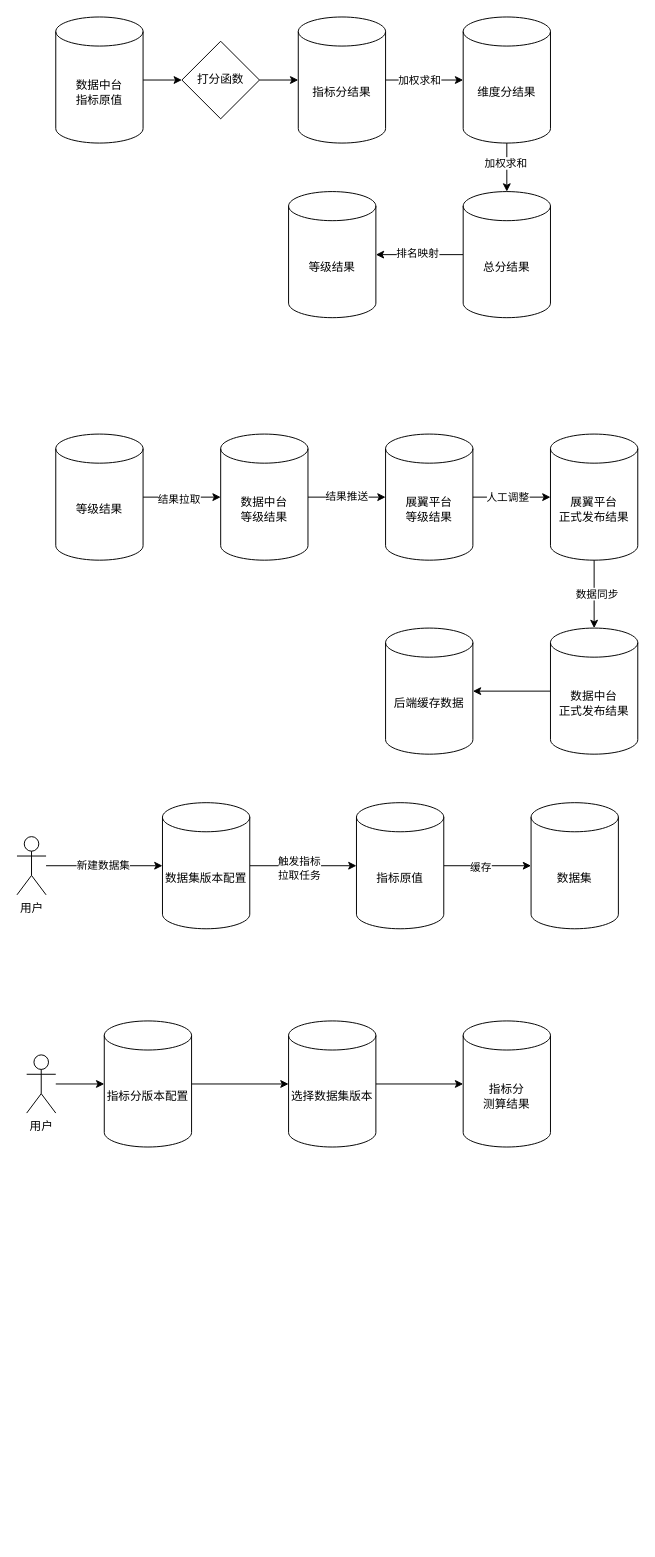
Before: 友邦/友邦agent grade数据流程图.drawio in XiaoLiuAI/diagrams, a draw.io diagram. Source tidied: cells renumbered, new cells numbered last; positions are measured from the earlier drawing's top-left corner, leaving out a move shared by most shapes. Both pictures are drawn from the tidied source at 97%, with x=0, y=0 at pixel (16, 16).
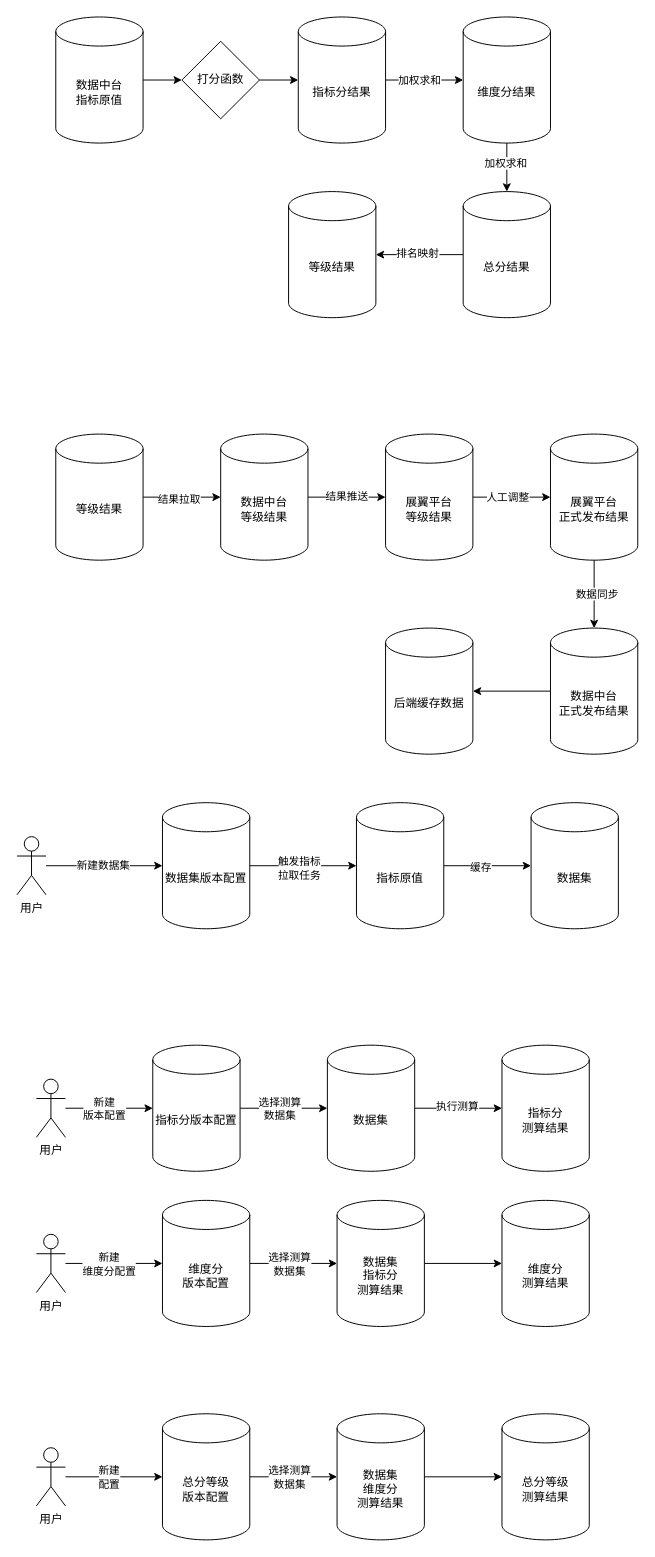
The same page after the edit.

Commit message (it also covers changes not shown here):
Update 友邦agent grade数据流程图.drawio

The change refers to these unchanged cells:
```xml
<mxCell id="41" style="edgeStyle=orthogonalEdgeStyle;rounded=0;jettySize=auto;html=1;" parent="1" edge="1" source="42" target="44">
  <mxGeometry relative="1" as="geometry" />
</mxCell>
<mxCell id="43" style="edgeStyle=orthogonalEdgeStyle;rounded=0;jettySize=auto;html=1;" parent="1" edge="1" source="44" target="46">
  <mxGeometry relative="1" as="geometry" />
</mxCell>
<mxCell id="45" style="edgeStyle=orthogonalEdgeStyle;rounded=0;jettySize=auto;html=1;" parent="1" edge="1" source="46" target="47">
  <mxGeometry relative="1" as="geometry" />
</mxCell>
```

Change to the diagram source:
```diff
@@
+    <mxCell id="48" value="新建&lt;div&gt;版本配置&lt;/div&gt;" style="edgeLabel;html=1;align=center;verticalAlign=middle;" parent="41" vertex="1">
+      <mxGeometry x="-0.13" relative="1" as="geometry" />
+    </mxCell>
     <mxCell id="42" value="用户" style="shape=umlActor;verticalLabelPosition=bottom;verticalAlign=top;html=1;outlineConnect=0;" parent="1" vertex="1">
-      <mxGeometry x="10" y="1070" width="30" height="60" as="geometry" />
+      <mxGeometry x="20" y="1095" width="30" height="60" as="geometry" />
     </mxCell>
@@
+    <mxCell id="49" value="选择测算&lt;div&gt;数据集&lt;/div&gt;" style="edgeLabel;html=1;align=center;verticalAlign=middle;" parent="43" vertex="1">
+      <mxGeometry x="-0.31" relative="1" as="geometry">
+        <mxPoint x="9" as="offset" />
+      </mxGeometry>
+    </mxCell>
     <mxCell id="44" value="指标分版本配置" style="shape=cylinder3;whiteSpace=wrap;html=1;boundedLbl=1;backgroundOutline=1;size=15;" parent="1" vertex="1">
-      <mxGeometry x="90" y="1035" width="90" height="130" as="geometry" />
+      <mxGeometry x="140" y="1060" width="90" height="130" as="geometry" />
     </mxCell>
@@
+    <mxCell id="50" value="执行测算" style="edgeLabel;html=1;align=center;verticalAlign=middle;" parent="45" vertex="1">
+      <mxGeometry x="-0.04" y="3" relative="1" as="geometry" />
+    </mxCell>
-    <mxCell id="46" value="选择数据集版本" style="shape=cylinder3;whiteSpace=wrap;html=1;boundedLbl=1;backgroundOutline=1;size=15;" parent="1" vertex="1">
-      <mxGeometry x="280" y="1035" width="90" height="130" as="geometry" />
+    <mxCell id="46" value="数据集" style="shape=cylinder3;whiteSpace=wrap;html=1;boundedLbl=1;backgroundOutline=1;size=15;" parent="1" vertex="1">
+      <mxGeometry x="320" y="1060" width="90" height="130" as="geometry" />
     </mxCell>
     <mxCell id="47" value="指标分&lt;div&gt;测算结果&lt;/div&gt;" style="shape=cylinder3;whiteSpace=wrap;html=1;boundedLbl=1;backgroundOutline=1;size=15;" parent="1" vertex="1">
-      <mxGeometry x="460" y="1035" width="90" height="130" as="geometry" />
+      <mxGeometry x="500" y="1060" width="90" height="130" as="geometry" />
     </mxCell>
+    <mxCell id="51" style="edgeStyle=orthogonalEdgeStyle;rounded=0;jettySize=auto;html=1;" parent="1" edge="1" source="53" target="56">
+      <mxGeometry relative="1" as="geometry" />
+    </mxCell>
+    <mxCell id="52" value="新建&lt;div&gt;维度分配置&lt;/div&gt;" style="edgeLabel;html=1;align=center;verticalAlign=middle;" parent="51" vertex="1">
+      <mxGeometry x="-0.13" relative="1" as="geometry" />
+    </mxCell>
+    <mxCell id="53" value="用户" style="shape=umlActor;verticalLabelPosition=bottom;verticalAlign=top;html=1;outlineConnect=0;" parent="1" vertex="1">
+      <mxGeometry x="20" y="1255" width="30" height="60" as="geometry" />
+    </mxCell>
+    <mxCell id="54" style="edgeStyle=orthogonalEdgeStyle;rounded=0;jettySize=auto;html=1;" parent="1" edge="1" source="56" target="58">
+      <mxGeometry relative="1" as="geometry" />
+    </mxCell>
+    <mxCell id="55" value="选择测算&lt;div&gt;数据集&lt;/div&gt;" style="edgeLabel;html=1;align=center;verticalAlign=middle;" parent="54" vertex="1">
+      <mxGeometry x="-0.31" relative="1" as="geometry">
+        <mxPoint x="9" as="offset" />
+      </mxGeometry>
+    </mxCell>
+    <mxCell id="56" value="维度分&lt;div&gt;版本配置&lt;/div&gt;" style="shape=cylinder3;whiteSpace=wrap;html=1;boundedLbl=1;backgroundOutline=1;size=15;" parent="1" vertex="1">
+      <mxGeometry x="150" y="1220" width="90" height="130" as="geometry" />
+    </mxCell>
+    <mxCell id="57" style="edgeStyle=orthogonalEdgeStyle;rounded=0;jettySize=auto;html=1;" parent="1" edge="1" source="58" target="59">
+      <mxGeometry relative="1" as="geometry" />
+    </mxCell>
+    <mxCell id="58" value="数据集&lt;div&gt;指标分&lt;/div&gt;&lt;div&gt;测算结果&lt;/div&gt;" style="shape=cylinder3;whiteSpace=wrap;html=1;boundedLbl=1;backgroundOutline=1;size=15;" parent="1" vertex="1">
+      <mxGeometry x="330" y="1220" width="90" height="130" as="geometry" />
+    </mxCell>
+    <mxCell id="59" value="&lt;div&gt;维度分&lt;/div&gt;&lt;div&gt;测算结果&lt;/div&gt;" style="shape=cylinder3;whiteSpace=wrap;html=1;boundedLbl=1;backgroundOutline=1;size=15;" parent="1" vertex="1">
+      <mxGeometry x="500" y="1220" width="90" height="130" as="geometry" />
+    </mxCell>
+    <mxCell id="60" style="edgeStyle=orthogonalEdgeStyle;rounded=0;jettySize=auto;html=1;" parent="1" edge="1" source="62" target="65">
+      <mxGeometry relative="1" as="geometry" />
+    </mxCell>
+    <mxCell id="61" value="新建&lt;div&gt;配置&lt;/div&gt;" style="edgeLabel;html=1;align=center;verticalAlign=middle;" parent="60" vertex="1">
+      <mxGeometry x="-0.13" relative="1" as="geometry" />
+    </mxCell>
+    <mxCell id="62" value="用户" style="shape=umlActor;verticalLabelPosition=bottom;verticalAlign=top;html=1;outlineConnect=0;" parent="1" vertex="1">
+      <mxGeometry x="20" y="1475" width="30" height="60" as="geometry" />
+    </mxCell>
+    <mxCell id="63" style="edgeStyle=orthogonalEdgeStyle;rounded=0;jettySize=auto;html=1;" parent="1" edge="1" source="65" target="67">
+      <mxGeometry relative="1" as="geometry" />
+    </mxCell>
+    <mxCell id="64" value="选择测算&lt;div&gt;数据集&lt;/div&gt;" style="edgeLabel;html=1;align=center;verticalAlign=middle;" parent="63" vertex="1">
+      <mxGeometry x="-0.31" relative="1" as="geometry">
+        <mxPoint x="9" as="offset" />
+      </mxGeometry>
+    </mxCell>
+    <mxCell id="65" value="总分等级&lt;div&gt;版本配置&lt;/div&gt;" style="shape=cylinder3;whiteSpace=wrap;html=1;boundedLbl=1;backgroundOutline=1;size=15;" parent="1" vertex="1">
+      <mxGeometry x="150" y="1440" width="90" height="130" as="geometry" />
+    </mxCell>
+    <mxCell id="66" style="edgeStyle=orthogonalEdgeStyle;rounded=0;jettySize=auto;html=1;" parent="1" edge="1" source="67" target="68">
+      <mxGeometry relative="1" as="geometry" />
+    </mxCell>
+    <mxCell id="67" value="数据集&lt;div&gt;维度分&lt;/div&gt;&lt;div&gt;测算结果&lt;/div&gt;" style="shape=cylinder3;whiteSpace=wrap;html=1;boundedLbl=1;backgroundOutline=1;size=15;" parent="1" vertex="1">
+      <mxGeometry x="330" y="1440" width="90" height="130" as="geometry" />
+    </mxCell>
+    <mxCell id="68" value="&lt;div&gt;总分等级&lt;/div&gt;&lt;div&gt;测算结果&lt;/div&gt;" style="shape=cylinder3;whiteSpace=wrap;html=1;boundedLbl=1;backgroundOutline=1;size=15;" parent="1" vertex="1">
+      <mxGeometry x="500" y="1440" width="90" height="130" as="geometry" />
+    </mxCell>
```
